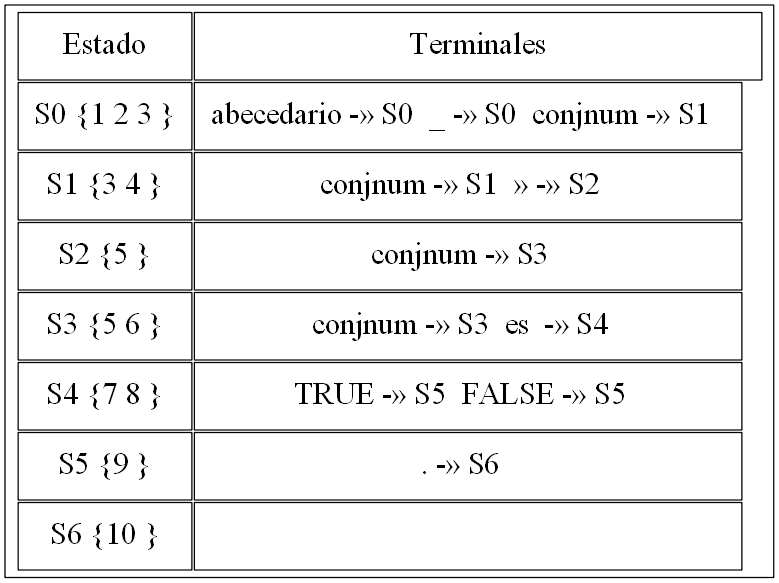
Above: trans_Expresion3.png in montherbasir/Practica1_OLC1 (Graphviz), before the change. Its source is kept beside it as trans_Expresion3.dot. Its diagram source:
```dot
digraph {
splines="line";
rankdir = TB;
node [shape=plain, height=0.5, width=1.5, fontsize=25];
graph[dpi=90];

N [label=<
<table border="0" cellborder="1" cellpadding="12">
  <tr><td>Estado</td><td colspan="9">Terminales</td></tr>  <tr><td>S0 {1 2 3 }</td><td>abecedario -» S0  _ -» S0  conjnum -» S1  </td></tr>
  <tr><td>S1 {3 4 }</td><td>conjnum -» S1  » -» S2  </td></tr>
  <tr><td>S2 {5 }</td><td>conjnum -» S3  </td></tr>
  <tr><td>S3 {5 6 }</td><td>conjnum -» S3  es  -» S4  </td></tr>
  <tr><td>S4 {7 8 }</td><td>TRUE -» S5  FALSE -» S5  </td></tr>
  <tr><td>S5 {9 }</td><td>. -» S6  </td></tr>
  <tr><td>S6 {10 }</td><td></td></tr>
</table>>];
}
```
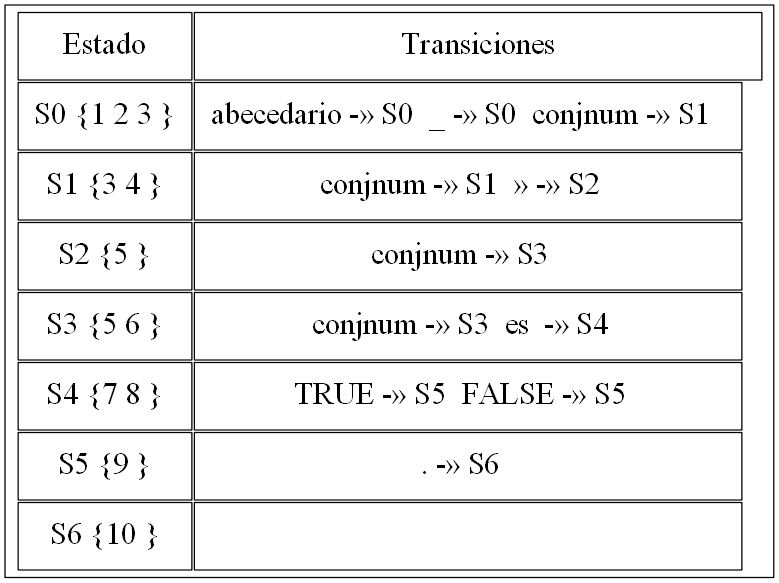
Later version of the same file.

Diff of the diagram source:
```diff
@@ -6,7 +6,7 @@
 
 N [label=<
 <table border="0" cellborder="1" cellpadding="12">
-  <tr><td>Estado</td><td colspan="9">Terminales</td></tr>  <tr><td>S0 {1 2 3 }</td><td>abecedario -» S0  _ -» S0  conjnum -» S1  </td></tr>
+  <tr><td>Estado</td><td colspan="9">Transiciones</td></tr>  <tr><td>S0 {1 2 3 }</td><td>abecedario -» S0  _ -» S0  conjnum -» S1  </td></tr>
   <tr><td>S1 {3 4 }</td><td>conjnum -» S1  » -» S2  </td></tr>
   <tr><td>S2 {5 }</td><td>conjnum -» S3  </td></tr>
   <tr><td>S3 {5 6 }</td><td>conjnum -» S3  es  -» S4  </td></tr>
```
